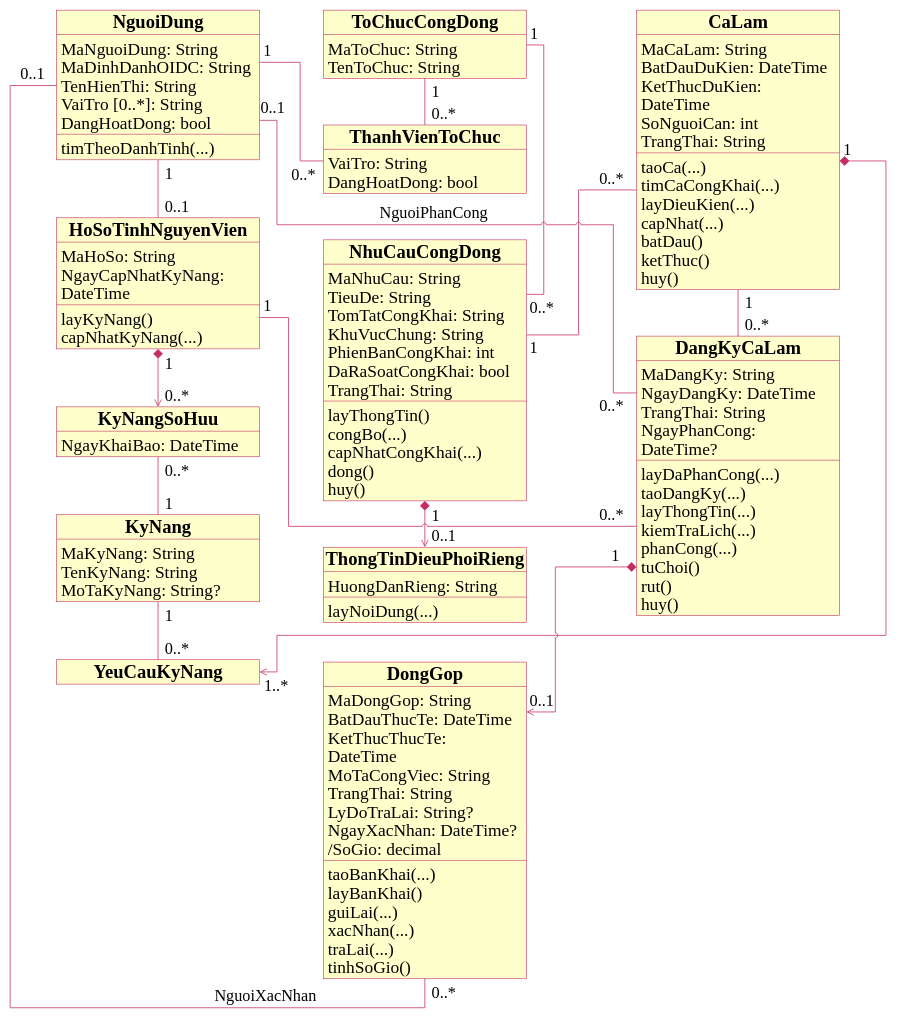
Before: docs/so_do/drawio/So_do_5_02_Lop_thiet_ke_chi_tiet.drawio in kanishere55/OOSD_NenTangDieuPhoi_TNV, a draw.io diagram. Source tidied: cells renumbered, new cells numbered last; positions are measured from the earlier drawing's top-left corner, leaving out a move shared by most shapes. Both pictures are drawn from the tidied source at 58%, with x=0, y=0 at pixel (10, 10).
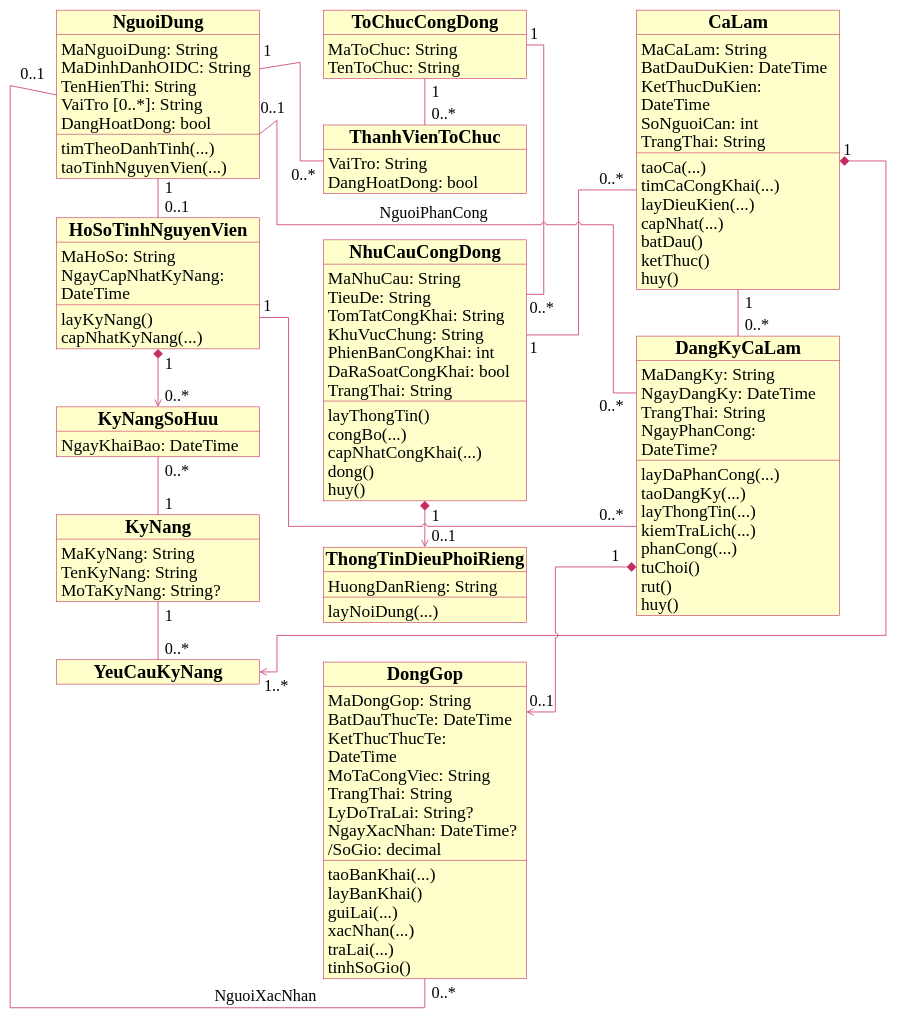
Above is the later version.

Change to the diagram source:
```diff
@@
     <mxCell id="2" style="fontFamily=Times New Roman;fontSize=18;fontColor=#000000;strokeColor=#c52c61;strokeWidth=1;fillColor=#ffffcc;" parent="1" vertex="1">
-      <mxGeometry x="80" width="350" height="258" as="geometry" />
+      <mxGeometry x="80" width="350" height="290" as="geometry" />
     </mxCell>
@@
-    <mxCell id="7" value="&lt;div style=&quot;line-height:1.0666667;white-space:pre;&quot;&gt;timTheoDanhTinh(...)&lt;/div&gt;" style="fontFamily=Times New Roman;fontColor=#000000;strokeColor=none;strokeWidth=1;fillColor=none;align=left;verticalAlign=top;fontSize=30;html=1;whiteSpace=nowrap;spacing=4;fontStyle=0;" parent="2" vertex="1">
-      <mxGeometry x="4" y="214" width="342" height="44" as="geometry" />
+    <mxCell id="7" value="&lt;div style=&quot;line-height:1.0666667;white-space:pre;&quot;&gt;timTheoDanhTinh(...)&lt;br&gt;taoTinhNguyenVien(...)&lt;/div&gt;" style="fontFamily=Times New Roman;fontColor=#000000;strokeColor=none;strokeWidth=1;fillColor=none;align=left;verticalAlign=top;fontSize=30;html=1;whiteSpace=nowrap;spacing=4;fontStyle=0;" parent="2" vertex="1">
+      <mxGeometry x="4" y="214" width="342" height="76" as="geometry" />
     </mxCell>
@@
     <mxCell id="72" value="&lt;div style=&quot;line-height:1;white-space:pre;&quot;&gt;1&lt;/div&gt;" style="fontFamily=Times New Roman;fontColor=#000000;strokeColor=none;strokeWidth=1;align=left;verticalAlign=middle;fontStyle=0;fontSize=28;html=1;whiteSpace=nowrap;fillColor=none;" parent="1" vertex="1">
-      <mxGeometry x="265" y="266" width="60" height="32" as="geometry" />
+      <mxGeometry x="265" y="290" width="60" height="32" as="geometry" />
     </mxCell>
```
